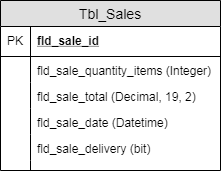
Before: documentation/Sale Entity.png, a diagram exported from draw.io (Djsiclait/MiniMarketInventoryManagement). Source tidied: cells renumbered, new cells last; positions are measured from the earlier drawing's top-left corner, leaving out a move shared by most shapes. The source it was exported from:
```xml
<mxGraphModel>
  <root>
    <mxCell id="0" />
    <mxCell id="1" parent="0" />
    <mxCell id="2" value="Tbl_Sales" style="swimlane;fontStyle=0;horizontal=1;startSize=26;fillColor=#e0e0e0;swimlaneFillColor=#ffffff;align=center;fontSize=14;" parent="1" vertex="1">
      <mxGeometry width="220" height="170" as="geometry" />
    </mxCell>
    <mxCell id="3" value="fld_sale_id" style="shape=partialRectangle;top=0;left=0;right=0;bottom=1;align=left;verticalAlign=middle;fillColor=none;spacingLeft=34;spacingRight=4;overflow=hidden;fontStyle=5;fontSize=12;" parent="2" vertex="1">
      <mxGeometry y="26" width="220" height="30" as="geometry" />
    </mxCell>
    <mxCell id="4" value="PK" style="shape=partialRectangle;top=0;left=0;bottom=0;fillColor=none;align=left;verticalAlign=middle;spacingLeft=4;spacingRight=4;overflow=hidden;fontSize=12;" parent="3" vertex="1">
      <mxGeometry width="30" height="30" as="geometry" />
    </mxCell>
    <mxCell id="5" value="fld_sale_quantity_items (Integer)" style="shape=partialRectangle;top=0;left=0;right=0;bottom=0;align=left;verticalAlign=top;fillColor=none;spacingLeft=34;spacingRight=4;overflow=hidden;fontSize=12;" parent="2" vertex="1">
      <mxGeometry y="56" width="220" height="26" as="geometry" />
    </mxCell>
    <mxCell id="6" style="shape=partialRectangle;top=0;left=0;bottom=0;fillColor=none;align=left;verticalAlign=top;spacingLeft=4;spacingRight=4;overflow=hidden;fontSize=12;" parent="5" vertex="1">
      <mxGeometry width="30" height="26" as="geometry" />
    </mxCell>
    <mxCell id="7" value="fld_sale_total (Decimal, 19, 2)" style="shape=partialRectangle;top=0;left=0;right=0;bottom=0;align=left;verticalAlign=top;fillColor=none;spacingLeft=34;spacingRight=4;overflow=hidden;fontSize=12;" parent="2" vertex="1">
      <mxGeometry y="82" width="220" height="26" as="geometry" />
    </mxCell>
    <mxCell id="8" style="shape=partialRectangle;top=0;left=0;bottom=0;fillColor=none;align=left;verticalAlign=top;spacingLeft=4;spacingRight=4;overflow=hidden;fontSize=12;" parent="7" vertex="1">
      <mxGeometry width="30" height="26" as="geometry" />
    </mxCell>
    <mxCell id="9" value="fld_sale_date (Datetime)" style="shape=partialRectangle;top=0;left=0;right=0;bottom=0;align=left;verticalAlign=top;fillColor=none;spacingLeft=34;spacingRight=4;overflow=hidden;fontSize=12;" parent="2" vertex="1">
      <mxGeometry y="108" width="220" height="26" as="geometry" />
    </mxCell>
    <mxCell id="10" style="shape=partialRectangle;top=0;left=0;bottom=0;fillColor=none;align=left;verticalAlign=top;spacingLeft=4;spacingRight=4;overflow=hidden;fontSize=12;" parent="9" vertex="1">
      <mxGeometry width="30" height="26" as="geometry" />
    </mxCell>
    <mxCell id="11" value="fld_sale_delivery (bit)" style="shape=partialRectangle;top=0;left=0;right=0;bottom=0;align=left;verticalAlign=top;fillColor=none;spacingLeft=34;spacingRight=4;overflow=hidden;fontSize=12;" parent="2" vertex="1">
      <mxGeometry y="134" width="220" height="26" as="geometry" />
    </mxCell>
    <mxCell id="12" style="shape=partialRectangle;top=0;left=0;bottom=0;fillColor=none;align=left;verticalAlign=top;spacingLeft=4;spacingRight=4;overflow=hidden;fontSize=12;" parent="11" vertex="1">
      <mxGeometry width="30" height="26" as="geometry" />
    </mxCell>
    <mxCell id="13" style="shape=partialRectangle;top=0;left=0;right=0;bottom=0;align=left;verticalAlign=top;fillColor=none;spacingLeft=34;spacingRight=4;overflow=hidden;fontSize=12;" parent="2" vertex="1">
      <mxGeometry y="160" width="220" height="10" as="geometry" />
    </mxCell>
    <mxCell id="14" style="shape=partialRectangle;top=0;left=0;bottom=0;fillColor=none;align=left;verticalAlign=top;spacingLeft=4;spacingRight=4;overflow=hidden;fontSize=12;" parent="13" vertex="1">
      <mxGeometry width="30" height="10" as="geometry" />
    </mxCell>
  </root>
</mxGraphModel>
```
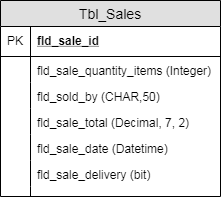
The same diagram one commit later.

Commit message:
Modify sales entity diagram

Diff of the diagram source:
```diff
@@ -3,7 +3,7 @@
     <mxCell id="0" />
     <mxCell id="1" parent="0" />
     <mxCell id="2" value="Tbl_Sales" style="swimlane;fontStyle=0;horizontal=1;startSize=26;fillColor=#e0e0e0;swimlaneFillColor=#ffffff;align=center;fontSize=14;" parent="1" vertex="1">
-      <mxGeometry width="220" height="170" as="geometry" />
+      <mxGeometry width="220" height="196" as="geometry" />
     </mxCell>
     <mxCell id="3" value="fld_sale_id" style="shape=partialRectangle;top=0;left=0;right=0;bottom=1;align=left;verticalAlign=middle;fillColor=none;spacingLeft=34;spacingRight=4;overflow=hidden;fontStyle=5;fontSize=12;" parent="2" vertex="1">
       <mxGeometry y="26" width="220" height="30" as="geometry" />
@@ -17,29 +17,35 @@
     <mxCell id="6" style="shape=partialRectangle;top=0;left=0;bottom=0;fillColor=none;align=left;verticalAlign=top;spacingLeft=4;spacingRight=4;overflow=hidden;fontSize=12;" parent="5" vertex="1">
       <mxGeometry width="30" height="26" as="geometry" />
     </mxCell>
-    <mxCell id="7" value="fld_sale_total (Decimal, 19, 2)" style="shape=partialRectangle;top=0;left=0;right=0;bottom=0;align=left;verticalAlign=top;fillColor=none;spacingLeft=34;spacingRight=4;overflow=hidden;fontSize=12;" parent="2" vertex="1">
+    <mxCell id="7" value="fld_sold_by (CHAR,50) " style="shape=partialRectangle;top=0;left=0;right=0;bottom=0;align=left;verticalAlign=top;fillColor=none;spacingLeft=34;spacingRight=4;overflow=hidden;fontSize=12;" parent="2" vertex="1">
       <mxGeometry y="82" width="220" height="26" as="geometry" />
     </mxCell>
     <mxCell id="8" style="shape=partialRectangle;top=0;left=0;bottom=0;fillColor=none;align=left;verticalAlign=top;spacingLeft=4;spacingRight=4;overflow=hidden;fontSize=12;" parent="7" vertex="1">
       <mxGeometry width="30" height="26" as="geometry" />
     </mxCell>
-    <mxCell id="9" value="fld_sale_date (Datetime)" style="shape=partialRectangle;top=0;left=0;right=0;bottom=0;align=left;verticalAlign=top;fillColor=none;spacingLeft=34;spacingRight=4;overflow=hidden;fontSize=12;" parent="2" vertex="1">
+    <mxCell id="9" value="fld_sale_total (Decimal, 7, 2)" style="shape=partialRectangle;top=0;left=0;right=0;bottom=0;align=left;verticalAlign=top;fillColor=none;spacingLeft=34;spacingRight=4;overflow=hidden;fontSize=12;" parent="2" vertex="1">
       <mxGeometry y="108" width="220" height="26" as="geometry" />
     </mxCell>
     <mxCell id="10" style="shape=partialRectangle;top=0;left=0;bottom=0;fillColor=none;align=left;verticalAlign=top;spacingLeft=4;spacingRight=4;overflow=hidden;fontSize=12;" parent="9" vertex="1">
       <mxGeometry width="30" height="26" as="geometry" />
     </mxCell>
-    <mxCell id="11" value="fld_sale_delivery (bit)" style="shape=partialRectangle;top=0;left=0;right=0;bottom=0;align=left;verticalAlign=top;fillColor=none;spacingLeft=34;spacingRight=4;overflow=hidden;fontSize=12;" parent="2" vertex="1">
+    <mxCell id="11" value="fld_sale_date (Datetime)" style="shape=partialRectangle;top=0;left=0;right=0;bottom=0;align=left;verticalAlign=top;fillColor=none;spacingLeft=34;spacingRight=4;overflow=hidden;fontSize=12;" parent="2" vertex="1">
       <mxGeometry y="134" width="220" height="26" as="geometry" />
     </mxCell>
     <mxCell id="12" style="shape=partialRectangle;top=0;left=0;bottom=0;fillColor=none;align=left;verticalAlign=top;spacingLeft=4;spacingRight=4;overflow=hidden;fontSize=12;" parent="11" vertex="1">
       <mxGeometry width="30" height="26" as="geometry" />
     </mxCell>
-    <mxCell id="13" style="shape=partialRectangle;top=0;left=0;right=0;bottom=0;align=left;verticalAlign=top;fillColor=none;spacingLeft=34;spacingRight=4;overflow=hidden;fontSize=12;" parent="2" vertex="1">
-      <mxGeometry y="160" width="220" height="10" as="geometry" />
+    <mxCell id="13" value="fld_sale_delivery (bit)" style="shape=partialRectangle;top=0;left=0;right=0;bottom=0;align=left;verticalAlign=top;fillColor=none;spacingLeft=34;spacingRight=4;overflow=hidden;fontSize=12;" parent="2" vertex="1">
+      <mxGeometry y="160" width="220" height="26" as="geometry" />
     </mxCell>
     <mxCell id="14" style="shape=partialRectangle;top=0;left=0;bottom=0;fillColor=none;align=left;verticalAlign=top;spacingLeft=4;spacingRight=4;overflow=hidden;fontSize=12;" parent="13" vertex="1">
-      <mxGeometry width="30" height="10" as="geometry" />
+      <mxGeometry width="30" height="26" as="geometry" />
     </mxCell>
+    <mxCell id="15" style="shape=partialRectangle;top=0;left=0;right=0;bottom=0;align=left;verticalAlign=top;fillColor=none;spacingLeft=34;spacingRight=4;overflow=hidden;fontSize=12;" parent="2" vertex="1">
+      <mxGeometry y="186" width="220" height="10" as="geometry" />
+    </mxCell>
+    <mxCell id="16" style="shape=partialRectangle;top=0;left=0;bottom=0;fillColor=none;align=left;verticalAlign=top;spacingLeft=4;spacingRight=4;overflow=hidden;fontSize=12;" parent="15" vertex="1">
+      <mxGeometry width="30" height="10" as="geometry" />
+    </mxCell>
   </root>
 </mxGraphModel>
```
